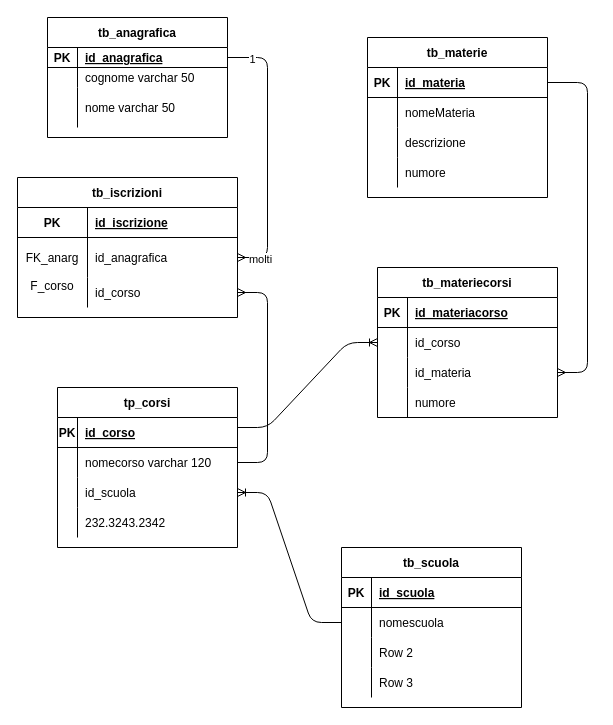
Earlier version of the draw.io diagram Untitled Diagram.drawio (andreabesso/andreabesso). Source tidied: cells renumbered, new cells numbered last; positions are measured from the earlier drawing's top-left corner, leaving out a move shared by most shapes. Both pictures are drawn from the tidied source at 100%, with x=0, y=0 at pixel (17, 17).
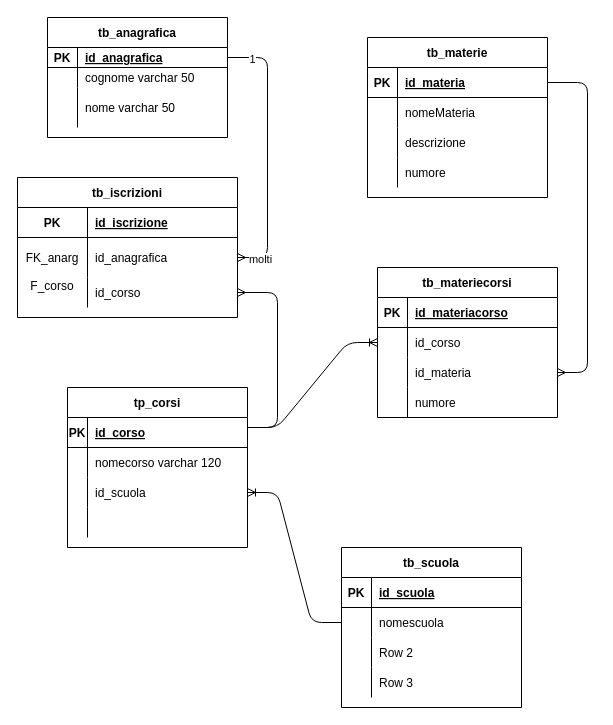
The same diagram, later.

The change refers to these unchanged cells:
```xml
<mxCell id="19" style="shape=partialRectangle;fillColor=none;top=0;left=0;bottom=0;right=0;points=[[0,0.5],[1,0.5]];portConstraint=eastwest;" parent="12" vertex="1">
  <mxGeometry y="100" width="220" height="30" as="geometry" />
</mxCell>
<mxCell id="56" style="shape=partialRectangle;fillColor=none;top=0;left=0;bottom=0;right=0;points=[[0,0.5],[1,0.5]];portConstraint=eastwest;" parent="52" vertex="1">
  <mxGeometry y="60" width="180" height="30" as="geometry" />
</mxCell>
<mxCell id="62" style="shape=partialRectangle;fillColor=none;top=0;left=0;bottom=0;right=0;" parent="52" vertex="1">
  <mxGeometry y="120" width="180" height="30" as="geometry" />
</mxCell>
```

Change to the diagram source:
```diff
@@
     <mxCell id="52" value="tp_corsi" style="shape=table;startSize=30;childLayout=tableLayout;rowLines=0;fontStyle=1;align=center;" parent="1" vertex="1">
-      <mxGeometry x="40" y="370" width="180" height="160" as="geometry" />
+      <mxGeometry x="50" y="370" width="180" height="160" as="geometry" />
     </mxCell>
@@
-    <mxCell id="64" value="232.3243.2342" style="shape=partialRectangle;fillColor=none;top=0;left=0;bottom=0;right=0;align=left;spacingLeft=6;overflow=hidden;" parent="62" vertex="1">
+    <mxCell id="64" style="shape=partialRectangle;fillColor=none;top=0;left=0;bottom=0;right=0;align=left;spacingLeft=6;overflow=hidden;" parent="62" vertex="1">
       <mxGeometry x="20" width="160" height="30" as="geometry" />
     </mxCell>
@@
-    <mxCell id="67" style="edgeStyle=entityRelationEdgeStyle;fontSize=12;html=1;endArrow=ERmany;exitX=1;exitY=0.5;exitDx=0;exitDy=0;entryX=1;entryY=0.5;entryDx=0;entryDy=0;" parent="1" edge="1" source="56" target="19">
-      <mxGeometry relative="1" as="geometry" />
+    <mxCell id="67" style="edgeStyle=entityRelationEdgeStyle;fontSize=12;html=1;endArrow=ERmany;entryX=1;entryY=0.5;entryDx=0;entryDy=0;" parent="1" edge="1" target="19">
+      <mxGeometry relative="1" as="geometry">
+        <mxPoint x="230" y="410" as="sourcePoint" />
+      </mxGeometry>
     </mxCell>
```
